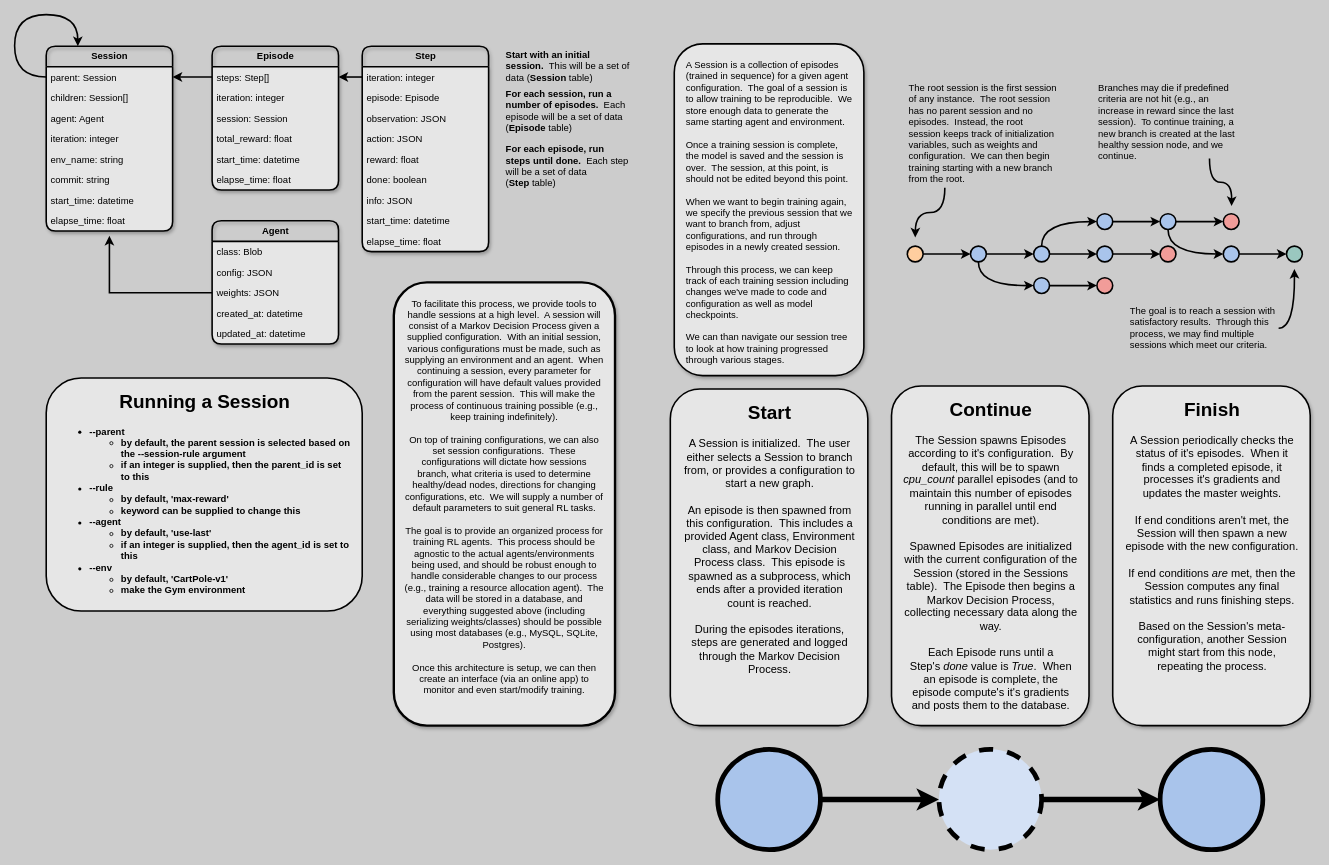
Before: architecture.dio in nathanmargaglio/curls, a draw.io diagram. Source tidied: cells renumbered, new cells numbered last; positions are measured from the earlier drawing's top-left corner, leaving out a move shared by most shapes. Both pictures are drawn from the tidied source at 79%, with x=0, y=0 at pixel (14, 14).
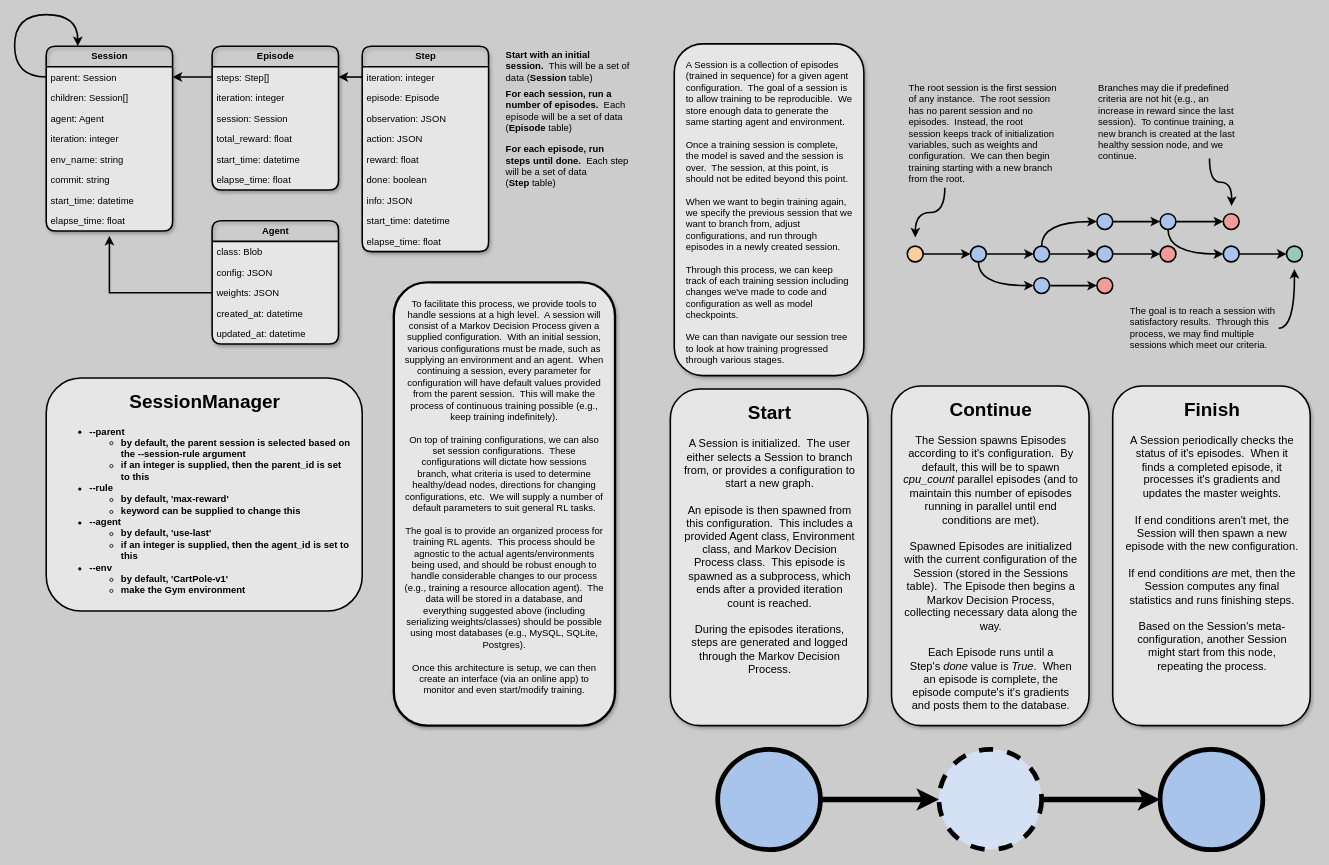
Above is the later version.

The change refers to these unchanged cells:
```xml
<mxCell id="8" style="group;" parent="2" vertex="1">
  <mxGeometry y="-19" width="560" height="715" as="geometry" />
</mxCell>
```

What changed in the source:
```diff
@@
-    <mxCell id="35" value="&lt;h1 style=&quot;text-align: center&quot;&gt;Running a Session&lt;/h1&gt;&lt;p&gt;&lt;/p&gt;&lt;b&gt;&lt;ul&gt;&lt;li&gt;--parent&lt;/li&gt;&lt;ul&gt;&lt;li&gt;by default, the parent session is selected based on the --session-rule argument&lt;/li&gt;&lt;li&gt;if an integer is supplied, then the parent_id is set to this&lt;/li&gt;&lt;/ul&gt;&lt;li&gt;--rule&lt;/li&gt;&lt;ul&gt;&lt;li&gt;by default, 'max-reward'&lt;/li&gt;&lt;li&gt;keyword can be supplied to change this&lt;/li&gt;&lt;/ul&gt;&lt;li&gt;--agent&lt;/li&gt;&lt;ul&gt;&lt;li&gt;by default, 'use-last'&lt;/li&gt;&lt;li&gt;if an integer is supplied, then the agent_id is set to this&lt;/li&gt;&lt;/ul&gt;&lt;li&gt;--env&lt;/li&gt;&lt;ul&gt;&lt;li&gt;by default, 'CartPole-v1'&lt;/li&gt;&lt;li&gt;make the Gym environment&lt;/li&gt;&lt;/ul&gt;&lt;/ul&gt;&lt;/b&gt;&lt;p&gt;&lt;/p&gt;&lt;p&gt;&lt;br&gt;&lt;/p&gt;" style="text;html=1;strokeColor=#000000;fillColor=#E6E6E6;spacing=15;spacingTop=-20;whiteSpace=wrap;overflow=hidden;rounded=1;strokeWidth=2;spacingLeft=0;spacingRight=0;" parent="8" vertex="1">
+    <mxCell id="35" value="&lt;h1 style=&quot;text-align: center&quot;&gt;SessionManager&lt;/h1&gt;&lt;p&gt;&lt;/p&gt;&lt;b&gt;&lt;ul&gt;&lt;li&gt;--parent&lt;/li&gt;&lt;ul&gt;&lt;li&gt;by default, the parent session is selected based on the --session-rule argument&lt;/li&gt;&lt;li&gt;if an integer is supplied, then the parent_id is set to this&lt;/li&gt;&lt;/ul&gt;&lt;li&gt;--rule&lt;/li&gt;&lt;ul&gt;&lt;li&gt;by default, 'max-reward'&lt;/li&gt;&lt;li&gt;keyword can be supplied to change this&lt;/li&gt;&lt;/ul&gt;&lt;li&gt;--agent&lt;/li&gt;&lt;ul&gt;&lt;li&gt;by default, 'use-last'&lt;/li&gt;&lt;li&gt;if an integer is supplied, then the agent_id is set to this&lt;/li&gt;&lt;/ul&gt;&lt;li&gt;--env&lt;/li&gt;&lt;ul&gt;&lt;li&gt;by default, 'CartPole-v1'&lt;/li&gt;&lt;li&gt;make the Gym environment&lt;/li&gt;&lt;/ul&gt;&lt;/ul&gt;&lt;/b&gt;&lt;p&gt;&lt;/p&gt;&lt;p&gt;&lt;br&gt;&lt;/p&gt;" style="text;html=1;strokeColor=#000000;fillColor=#E6E6E6;spacing=15;spacingTop=-20;whiteSpace=wrap;overflow=hidden;rounded=1;strokeWidth=2;spacingLeft=0;spacingRight=0;" parent="8" vertex="1">
       <mxGeometry y="420" width="400" height="295" as="geometry" />
     </mxCell>
```
